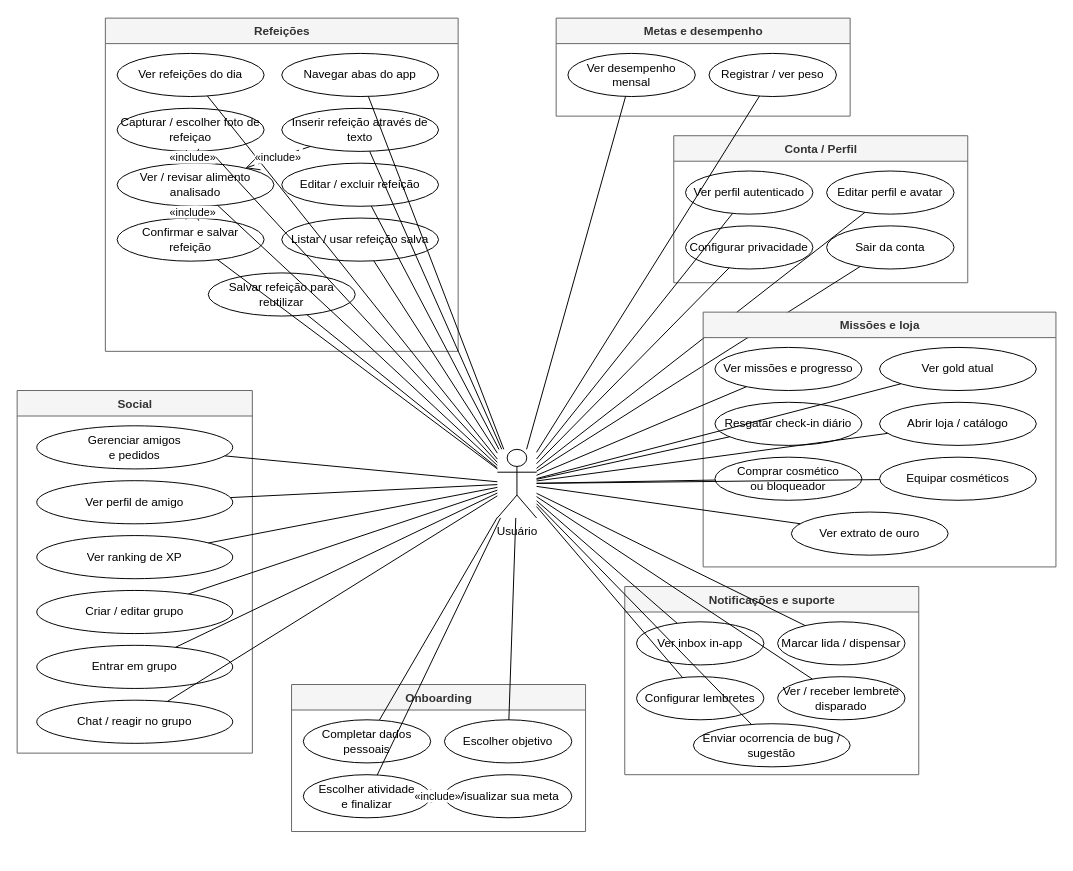
Above: page "Usuário" (1 of 4) of frontend/CasosDeUso.drawio in israelhub/JacalorIA-CONTADOR-DE-CALORIAS (draw.io), before the change. Source tidied: cells renumbered, new cells numbered last; positions are measured from the earlier drawing's top-left corner, leaving out a move shared by most shapes. Both pictures are drawn from the tidied source at 98%, with x=0, y=0 at pixel (17, 18).
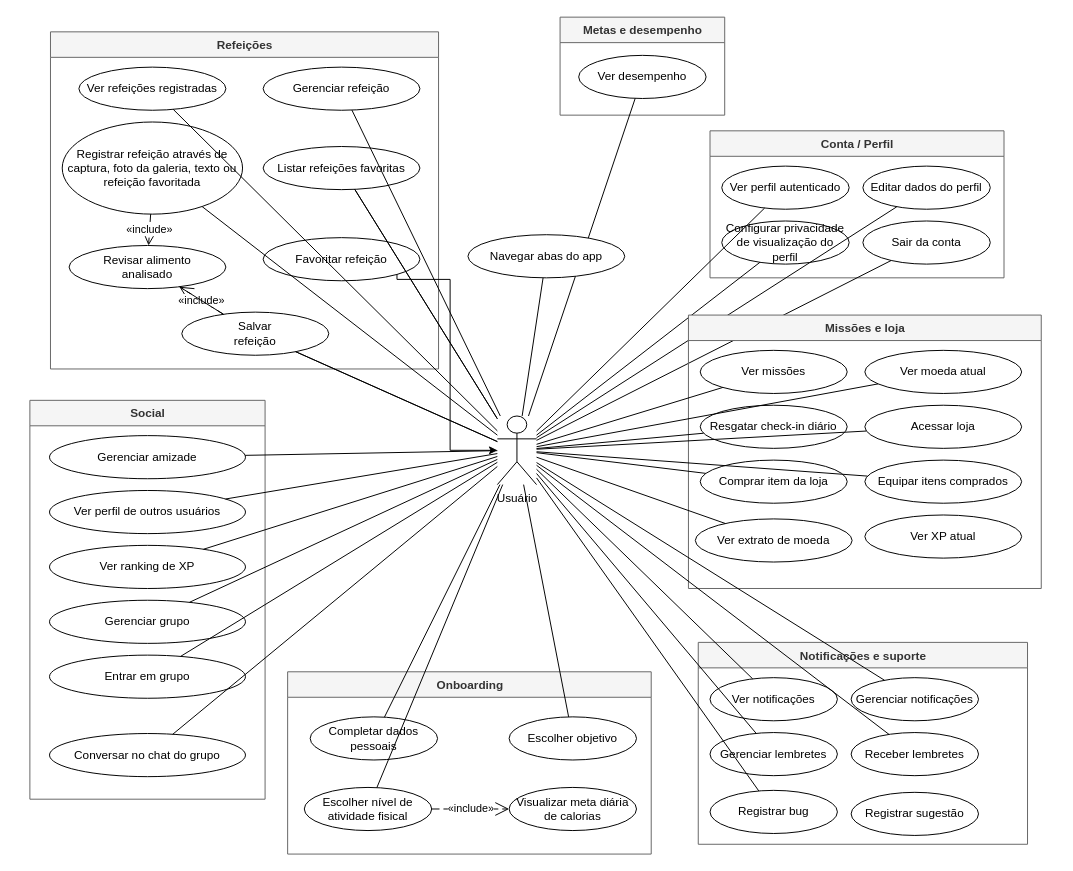
The same diagram, later.

The edit, as a diff of the source:
```diff
@@
     <mxCell id="2" value="Usuário" style="shape=umlActor;verticalLabelPosition=bottom;verticalAlign=top;html=1;outlineConnect=0;" parent="1" vertex="1">
-      <mxGeometry x="490" y="440" width="40" height="70" as="geometry" />
+      <mxGeometry x="490" y="406" width="40" height="70" as="geometry" />
     </mxCell>
     <mxCell id="3" value="Onboarding" style="swimlane;fontStyle=1;align=center;verticalAlign=top;startSize=26;fillColor=#f5f5f5;strokeColor=#666666;fontColor=#333333;html=1;" parent="1" vertex="1">
-      <mxGeometry x="280" y="680" width="300" height="150" as="geometry" />
+      <mxGeometry x="276" y="667" width="371" height="186" as="geometry" />
     </mxCell>
     <mxCell id="4" value="Completar dados pessoais" style="ellipse;whiteSpace=wrap;html=1;" parent="3" vertex="1">
-      <mxGeometry x="12" y="36" width="130" height="44" as="geometry" />
+      <mxGeometry x="23" y="46" width="130" height="44" as="geometry" />
     </mxCell>
     <mxCell id="5" value="Escolher objetivo" style="ellipse;whiteSpace=wrap;html=1;" parent="3" vertex="1">
-      <mxGeometry x="156" y="36" width="130" height="44" as="geometry" />
+      <mxGeometry x="226" y="46" width="130" height="44" as="geometry" />
     </mxCell>
-    <mxCell id="6" value="Escolher atividade&#10;e finalizar" style="ellipse;whiteSpace=wrap;html=1;" parent="3" vertex="1">
-      <mxGeometry x="12" y="92" width="130" height="44" as="geometry" />
+    <mxCell id="6" value="Escolher nível de atividade fisical" style="ellipse;whiteSpace=wrap;html=1;" parent="3" vertex="1">
+      <mxGeometry x="17" y="118" width="130" height="44" as="geometry" />
     </mxCell>
-    <mxCell id="7" value="Visualizar sua meta" style="ellipse;whiteSpace=wrap;html=1;" parent="3" vertex="1">
-      <mxGeometry x="156" y="92" width="130" height="44" as="geometry" />
+    <mxCell id="7" value="Visualizar meta diária de calorias" style="ellipse;whiteSpace=wrap;html=1;" parent="3" vertex="1">
+      <mxGeometry x="226" y="118" width="130" height="44" as="geometry" />
     </mxCell>
@@
     <mxCell id="12" value="Refeições" style="swimlane;fontStyle=1;align=center;verticalAlign=top;startSize=26;fillColor=#f5f5f5;strokeColor=#666666;fontColor=#333333;html=1;" parent="1" vertex="1">
-      <mxGeometry x="90" width="360" height="340" as="geometry" />
+      <mxGeometry x="34" y="14" width="396" height="344" as="geometry" />
     </mxCell>
-    <mxCell id="13" value="Ver refeições do dia" style="ellipse;whiteSpace=wrap;html=1;" parent="12" vertex="1">
-      <mxGeometry x="12" y="36" width="150" height="44" as="geometry" />
+    <mxCell id="13" value="Ver refeições registradas" style="ellipse;whiteSpace=wrap;html=1;" parent="12" vertex="1">
+      <mxGeometry x="29" y="36" width="150" height="44" as="geometry" />
     </mxCell>
-    <mxCell id="14" value="Navegar abas do app" style="ellipse;whiteSpace=wrap;html=1;" parent="12" vertex="1">
-      <mxGeometry x="180" y="36" width="160" height="44" as="geometry" />
-    </mxCell>
-    <mxCell id="15" value="Capturar / escolher foto de refeiçao" style="ellipse;whiteSpace=wrap;html=1;" parent="12" vertex="1">
-      <mxGeometry x="12" y="92" width="150" height="44" as="geometry" />
+    <mxCell id="15" value="Registrar refeição através de captura, foto da galeria, texto ou refeição favoritada" style="ellipse;whiteSpace=wrap;html=1;" parent="12" vertex="1">
+      <mxGeometry x="12" y="92" width="184" height="94" as="geometry" />
     </mxCell>
-    <mxCell id="16" value="Inserir refeição através de texto" style="ellipse;whiteSpace=wrap;html=1;" parent="12" vertex="1">
-      <mxGeometry x="180" y="92" width="160" height="44" as="geometry" />
-    </mxCell>
-    <mxCell id="17" value="Ver / revisar alimento&#10;analisado" style="ellipse;whiteSpace=wrap;html=1;" parent="12" vertex="1">
-      <mxGeometry x="12" y="148" width="160" height="44" as="geometry" />
+    <mxCell id="17" value="Revisar alimento&lt;br&gt;analisado" style="ellipse;whiteSpace=wrap;html=1;" parent="12" vertex="1">
+      <mxGeometry x="19" y="218" width="160" height="44" as="geometry" />
     </mxCell>
+    <mxCell id="19" value="Gerenciar refeição" style="ellipse;whiteSpace=wrap;html=1;" parent="12" vertex="1">
+      <mxGeometry x="217" y="36" width="160" height="44" as="geometry" />
+    </mxCell>
+    <mxCell id="21" value="Listar refeições favoritas" style="ellipse;whiteSpace=wrap;html=1;" parent="12" vertex="1">
+      <mxGeometry x="217" y="117" width="160" height="44" as="geometry" />
+    </mxCell>
-    <mxCell id="18" value="Confirmar e salvar&#10;refeição" style="ellipse;whiteSpace=wrap;html=1;" parent="12" vertex="1">
-      <mxGeometry x="12" y="204" width="150" height="44" as="geometry" />
+    <mxCell id="18" value="Salvar&lt;br&gt;refeição" style="ellipse;whiteSpace=wrap;html=1;" parent="12" vertex="1">
+      <mxGeometry x="134" y="286" width="150" height="44" as="geometry" />
     </mxCell>
-    <mxCell id="19" value="Editar / excluir refeição" style="ellipse;whiteSpace=wrap;html=1;" parent="12" vertex="1">
-      <mxGeometry x="180" y="148" width="160" height="44" as="geometry" />
-    </mxCell>
-    <mxCell id="20" value="Salvar refeição para reutilizar" style="ellipse;whiteSpace=wrap;html=1;" parent="12" vertex="1">
-      <mxGeometry x="105" y="260" width="150" height="44" as="geometry" />
-    </mxCell>
-    <mxCell id="21" value="Listar / usar refeição salva" style="ellipse;whiteSpace=wrap;html=1;" parent="12" vertex="1">
-      <mxGeometry x="180" y="204" width="160" height="44" as="geometry" />
-    </mxCell>
+    <mxCell id="31" value="«include»" style="endArrow=open;html=1;endSize=12;dashed=1;dashPattern=8 4;rounded=0;" parent="12" edge="1" source="18" target="17">
+      <mxGeometry relative="1" as="geometry" />
+    </mxCell>
+    <mxCell id="26" style="endArrow=none;html=1;rounded=0;strokeWidth=1;" parent="12" edge="1" source="18" target="17">
+      <mxGeometry relative="1" as="geometry" />
+    </mxCell>
+    <mxCell id="87" value="Favoritar refeição" style="ellipse;whiteSpace=wrap;html=1;" parent="12" vertex="1">
+      <mxGeometry x="217" y="210" width="160" height="44" as="geometry" />
+    </mxCell>
@@
-    <mxCell id="25" style="endArrow=none;html=1;rounded=0;strokeWidth=1;" parent="1" edge="1" source="2" target="16">
-      <mxGeometry relative="1" as="geometry" />
-    </mxCell>
-    <mxCell id="26" style="endArrow=none;html=1;rounded=0;strokeWidth=1;" parent="1" edge="1" source="2" target="17">
-      <mxGeometry relative="1" as="geometry" />
-    </mxCell>
@@
-    <mxCell id="30" value="«include»" style="endArrow=open;html=1;endSize=12;dashed=1;dashPattern=8 4;rounded=0;" parent="1" edge="1" source="16" target="17">
-      <mxGeometry relative="1" as="geometry" />
-    </mxCell>
-    <mxCell id="31" value="«include»" style="endArrow=open;html=1;endSize=12;dashed=1;dashPattern=8 4;rounded=0;" parent="1" edge="1" source="18" target="17">
-      <mxGeometry relative="1" as="geometry" />
-    </mxCell>
-    <mxCell id="32" style="endArrow=none;html=1;rounded=0;strokeWidth=1;" parent="1" edge="1" source="2" target="20">
-      <mxGeometry relative="1" as="geometry" />
-    </mxCell>
@@
     <mxCell id="34" value="Metas e desempenho" style="swimlane;fontStyle=1;align=center;verticalAlign=top;startSize=26;fillColor=#f5f5f5;strokeColor=#666666;fontColor=#333333;html=1;" parent="1" vertex="1">
-      <mxGeometry x="550" width="300" height="100" as="geometry" />
+      <mxGeometry x="554" y="-1" width="168" height="100" as="geometry" />
     </mxCell>
-    <mxCell id="35" value="Ver desempenho mensal" style="ellipse;whiteSpace=wrap;html=1;" parent="34" vertex="1">
-      <mxGeometry x="12" y="36" width="130" height="44" as="geometry" />
+    <mxCell id="35" value="Ver desempenho" style="ellipse;whiteSpace=wrap;html=1;" parent="34" vertex="1">
+      <mxGeometry x="19" y="39" width="130" height="44" as="geometry" />
     </mxCell>
-    <mxCell id="36" value="Registrar / ver peso" style="ellipse;whiteSpace=wrap;html=1;" parent="34" vertex="1">
-      <mxGeometry x="156" y="36" width="130" height="44" as="geometry" />
-    </mxCell>
     <mxCell id="37" value="Conta / Perfil" style="swimlane;fontStyle=1;align=center;verticalAlign=top;startSize=26;fillColor=#f5f5f5;strokeColor=#666666;fontColor=#333333;html=1;" parent="1" vertex="1">
-      <mxGeometry x="670" y="120" width="300" height="150" as="geometry" />
+      <mxGeometry x="707" y="115" width="300" height="150" as="geometry" />
     </mxCell>
-    <mxCell id="38" value="Editar perfil e avatar" style="ellipse;whiteSpace=wrap;html=1;" parent="37" vertex="1">
+    <mxCell id="38" value="Editar dados do perfil" style="ellipse;whiteSpace=wrap;html=1;" parent="37" vertex="1">
       <mxGeometry x="156" y="36" width="130" height="44" as="geometry" />
     </mxCell>
-    <mxCell id="39" value="Configurar privacidade" style="ellipse;whiteSpace=wrap;html=1;" parent="37" vertex="1">
+    <mxCell id="39" value="Configurar privacidade de visualização do perfil" style="ellipse;whiteSpace=wrap;html=1;" parent="37" vertex="1">
       <mxGeometry x="12" y="92" width="130" height="44" as="geometry" />
     </mxCell>
@@
-    <mxCell id="43" style="endArrow=none;html=1;rounded=0;strokeWidth=1;" parent="1" edge="1" source="2" target="36">
-      <mxGeometry relative="1" as="geometry" />
-    </mxCell>
@@
     <mxCell id="48" value="Missões e loja" style="swimlane;fontStyle=1;align=center;verticalAlign=top;startSize=26;fillColor=#f5f5f5;strokeColor=#666666;fontColor=#333333;html=1;" parent="1" vertex="1">
-      <mxGeometry x="700" y="300" width="360" height="260" as="geometry" />
+      <mxGeometry x="685" y="303" width="360" height="279" as="geometry" />
     </mxCell>
-    <mxCell id="49" value="Ver missões e progresso" style="ellipse;whiteSpace=wrap;html=1;" parent="48" vertex="1">
+    <mxCell id="49" value="Ver missões" style="ellipse;whiteSpace=wrap;html=1;" parent="48" vertex="1">
       <mxGeometry x="12" y="36" width="150" height="44" as="geometry" />
     </mxCell>
@@
-    <mxCell id="51" value="Abrir loja / catálogo" style="ellipse;whiteSpace=wrap;html=1;" parent="48" vertex="1">
+    <mxCell id="51" value="Acessar loja" style="ellipse;whiteSpace=wrap;html=1;" parent="48" vertex="1">
       <mxGeometry x="180" y="92" width="160" height="44" as="geometry" />
     </mxCell>
-    <mxCell id="52" value="Comprar cosmético&#10;ou bloqueador" style="ellipse;whiteSpace=wrap;html=1;" parent="48" vertex="1">
+    <mxCell id="52" value="Comprar item da loja" style="ellipse;whiteSpace=wrap;html=1;" parent="48" vertex="1">
       <mxGeometry x="12" y="148" width="150" height="44" as="geometry" />
     </mxCell>
-    <mxCell id="53" value="Equipar cosméticos" style="ellipse;whiteSpace=wrap;html=1;" parent="48" vertex="1">
+    <mxCell id="53" value="Equipar itens comprados" style="ellipse;whiteSpace=wrap;html=1;" parent="48" vertex="1">
       <mxGeometry x="180" y="148" width="160" height="44" as="geometry" />
     </mxCell>
-    <mxCell id="54" value="Ver extrato de ouro" style="ellipse;whiteSpace=wrap;html=1;" parent="48" vertex="1">
-      <mxGeometry x="90" y="204" width="160" height="44" as="geometry" />
+    <mxCell id="54" value="Ver extrato de moeda" style="ellipse;whiteSpace=wrap;html=1;" parent="48" vertex="1">
+      <mxGeometry x="7" y="208" width="160" height="44" as="geometry" />
     </mxCell>
-    <mxCell id="55" value="Ver gold atual" style="ellipse;whiteSpace=wrap;html=1;" parent="48" vertex="1">
+    <mxCell id="55" value="Ver moeda atual" style="ellipse;whiteSpace=wrap;html=1;" parent="48" vertex="1">
       <mxGeometry x="180" y="36" width="160" height="44" as="geometry" />
     </mxCell>
+    <mxCell id="88" value="Ver XP atual" style="ellipse;whiteSpace=wrap;html=1;" parent="48" vertex="1">
+      <mxGeometry x="180" y="204" width="160" height="44" as="geometry" />
+    </mxCell>
@@
     <mxCell id="62" value="Social" style="swimlane;fontStyle=1;align=center;verticalAlign=top;startSize=26;fillColor=#f5f5f5;strokeColor=#666666;fontColor=#333333;html=1;" parent="1" vertex="1">
-      <mxGeometry y="380" width="240" height="370" as="geometry" />
+      <mxGeometry x="13" y="390" width="240" height="407" as="geometry" />
     </mxCell>
-    <mxCell id="63" value="Gerenciar amigos&#10;e pedidos" style="ellipse;whiteSpace=wrap;html=1;" parent="62" vertex="1">
+    <mxCell id="63" value="Gerenciar amizade" style="ellipse;whiteSpace=wrap;html=1;" parent="62" vertex="1">
       <mxGeometry x="20" y="36" width="200" height="44" as="geometry" />
     </mxCell>
-    <mxCell id="64" value="Ver perfil de amigo" style="ellipse;whiteSpace=wrap;html=1;" parent="62" vertex="1">
+    <mxCell id="64" value="Ver perfil de outros usuários" style="ellipse;whiteSpace=wrap;html=1;" parent="62" vertex="1">
       <mxGeometry x="20" y="92" width="200" height="44" as="geometry" />
     </mxCell>
@@
-    <mxCell id="66" value="Criar / editar grupo" style="ellipse;whiteSpace=wrap;html=1;" parent="62" vertex="1">
+    <mxCell id="66" value="Gerenciar grupo" style="ellipse;whiteSpace=wrap;html=1;" parent="62" vertex="1">
       <mxGeometry x="20" y="204" width="200" height="44" as="geometry" />
     </mxCell>
@@
-    <mxCell id="68" value="Chat / reagir no grupo" style="ellipse;whiteSpace=wrap;html=1;" parent="62" vertex="1">
-      <mxGeometry x="20" y="316" width="200" height="44" as="geometry" />
+    <mxCell id="68" value="Conversar no chat do grupo" style="ellipse;whiteSpace=wrap;html=1;" parent="62" vertex="1">
+      <mxGeometry x="20" y="340" width="200" height="44" as="geometry" />
     </mxCell>
@@
     <mxCell id="75" value="Notificações e suporte" style="swimlane;fontStyle=1;align=center;verticalAlign=top;startSize=26;fillColor=#f5f5f5;strokeColor=#666666;fontColor=#333333;html=1;" parent="1" vertex="1">
-      <mxGeometry x="620" y="580" width="300" height="192" as="geometry" />
+      <mxGeometry x="695" y="637" width="336" height="206" as="geometry" />
     </mxCell>
-    <mxCell id="76" value="Ver inbox in-app" style="ellipse;whiteSpace=wrap;html=1;" parent="75" vertex="1">
+    <mxCell id="76" value="Ver notificações" style="ellipse;whiteSpace=wrap;html=1;" parent="75" vertex="1">
       <mxGeometry x="12" y="36" width="130" height="44" as="geometry" />
     </mxCell>
-    <mxCell id="77" value="Marcar lida / dispensar" style="ellipse;whiteSpace=wrap;html=1;" parent="75" vertex="1">
+    <mxCell id="77" value="Gerenciar notificações" style="ellipse;whiteSpace=wrap;html=1;" parent="75" vertex="1">
       <mxGeometry x="156" y="36" width="130" height="44" as="geometry" />
     </mxCell>
-    <mxCell id="78" value="Configurar lembretes" style="ellipse;whiteSpace=wrap;html=1;" parent="75" vertex="1">
+    <mxCell id="78" value="Gerenciar lembretes" style="ellipse;whiteSpace=wrap;html=1;" parent="75" vertex="1">
       <mxGeometry x="12" y="92" width="130" height="44" as="geometry" />
     </mxCell>
-    <mxCell id="79" value="Ver / receber lembrete&#10;disparado" style="ellipse;whiteSpace=wrap;html=1;" parent="75" vertex="1">
+    <mxCell id="79" value="Receber lembretes" style="ellipse;whiteSpace=wrap;html=1;" parent="75" vertex="1">
       <mxGeometry x="156" y="92" width="130" height="44" as="geometry" />
     </mxCell>
-    <mxCell id="80" value="Enviar ocorrencia de bug / sugestão" style="ellipse;whiteSpace=wrap;html=1;" parent="75" vertex="1">
-      <mxGeometry x="70" y="140" width="160" height="44" as="geometry" />
+    <mxCell id="80" value="Registrar bug" style="ellipse;whiteSpace=wrap;html=1;" parent="75" vertex="1">
+      <mxGeometry x="12" y="151" width="130" height="44" as="geometry" />
     </mxCell>
+    <mxCell id="89" value="Registrar sugestão" style="ellipse;whiteSpace=wrap;html=1;" parent="75" vertex="1">
+      <mxGeometry x="156" y="153" width="130" height="44" as="geometry" />
+    </mxCell>
@@
+    <mxCell id="14" value="Navegar abas do app" style="ellipse;whiteSpace=wrap;html=1;" parent="1" vertex="1">
+      <mxGeometry x="460" y="221" width="160" height="44" as="geometry" />
+    </mxCell>
+    <mxCell id="90" style="endArrow=none;html=1;rounded=0;strokeWidth=1;" parent="1" edge="1" source="2" target="21">
+      <mxGeometry relative="1" as="geometry" />
+    </mxCell>
+    <mxCell id="91" style="endArrow=none;html=1;rounded=0;strokeWidth=1;" parent="1" edge="1" source="2" target="18">
+      <mxGeometry relative="1" as="geometry" />
+    </mxCell>
+    <mxCell id="92" style="edgeStyle=orthogonalEdgeStyle;rounded=0;jettySize=auto;html=1;exitX=1;exitY=1;exitDx=0;exitDy=0;" parent="1" edge="1" source="87" target="2">
+      <mxGeometry relative="1" as="geometry">
+        <Array as="points">
+          <mxPoint x="441.8" y="266.6" />
+          <mxPoint x="441.8" y="441" />
+        </Array>
+      </mxGeometry>
+    </mxCell>
```
